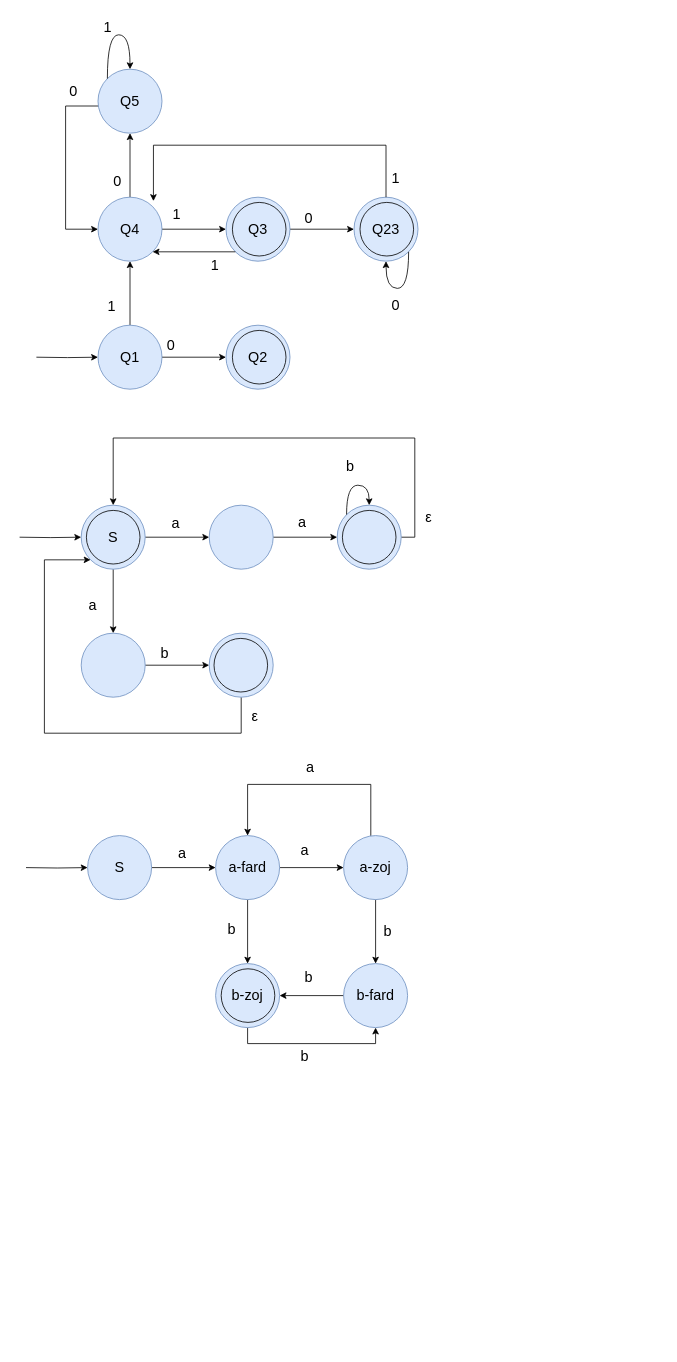
This is HW5/HW5 diagram .drawio from mohsenkamini/SBU_FLA, a draw.io file, before an edit. Source tidied: cells renumbered, new cells numbered last; positions are measured from the earlier drawing's top-left corner, leaving out a move shared by most shapes. Both pictures are drawn from the tidied source at 80%, with x=0, y=0 at pixel (19, 14).
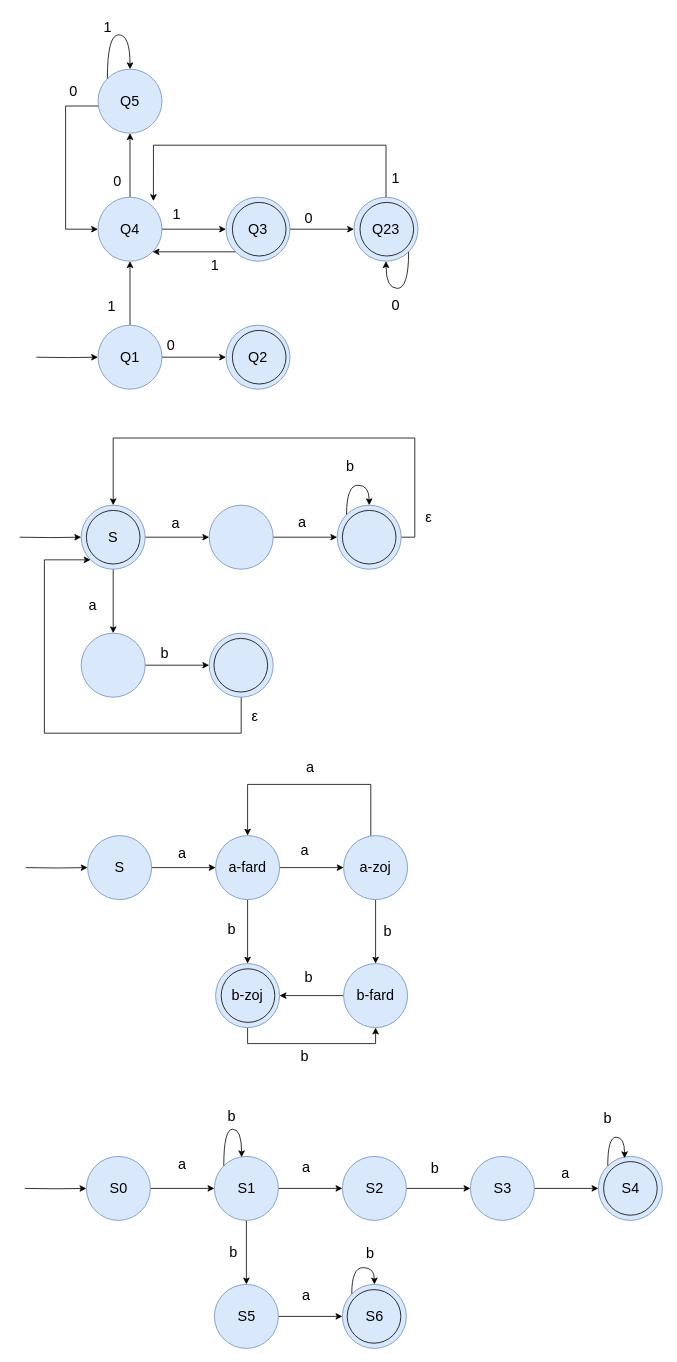
The same page after the edit.

What changed in the source:
```diff
@@
+    <mxCell id="76" style="edgeStyle=orthogonalEdgeStyle;rounded=0;jettySize=auto;html=1;fontFamily=Helvetica;fontSize=18;fontColor=default;" parent="1" edge="1" source="77" target="82">
+      <mxGeometry relative="1" as="geometry" />
+    </mxCell>
+    <mxCell id="77" value="S0" style="ellipse;whiteSpace=wrap;html=1;hachureGap=4;fillColor=#dae8fc;strokeColor=#6c8ebf;rounded=0;fontSize=18;" parent="1" vertex="1">
+      <mxGeometry x="83.5" y="1428" width="80" height="80" as="geometry" />
+    </mxCell>
+    <mxCell id="78" style="edgeStyle=orthogonalEdgeStyle;rounded=0;jettySize=auto;html=1;fontSize=18;entryX=0;entryY=0.5;entryDx=0;entryDy=0;" parent="1" edge="1" target="77">
+      <mxGeometry relative="1" as="geometry">
+        <mxPoint x="6.5" y="1468" as="sourcePoint" />
+      </mxGeometry>
+    </mxCell>
+    <mxCell id="79" value="a" style="text;html=1;align=center;verticalAlign=middle;strokeColor=none;fillColor=none;fontFamily=Helvetica;fontSize=18;fontColor=default;" parent="1" vertex="1">
+      <mxGeometry x="189" y="1421" width="28" height="34" as="geometry" />
+    </mxCell>
+    <mxCell id="80" style="edgeStyle=orthogonalEdgeStyle;rounded=0;jettySize=auto;html=1;fontFamily=Helvetica;fontSize=18;fontColor=default;" parent="1" edge="1" source="82" target="86">
+      <mxGeometry relative="1" as="geometry" />
+    </mxCell>
+    <mxCell id="81" style="edgeStyle=orthogonalEdgeStyle;rounded=0;jettySize=auto;html=1;fontFamily=Helvetica;fontSize=18;fontColor=default;" parent="1" edge="1" source="82" target="96">
+      <mxGeometry relative="1" as="geometry" />
+    </mxCell>
+    <mxCell id="82" value="S1" style="ellipse;whiteSpace=wrap;html=1;hachureGap=4;fillColor=#dae8fc;strokeColor=#6c8ebf;rounded=0;fontSize=18;" parent="1" vertex="1">
+      <mxGeometry x="243.5" y="1428" width="80" height="80" as="geometry" />
+    </mxCell>
+    <mxCell id="83" style="edgeStyle=orthogonalEdgeStyle;rounded=0;orthogonalLoop=1;jettySize=auto;html=1;exitX=0;exitY=0;exitDx=0;exitDy=0;entryX=0.425;entryY=0.013;entryDx=0;entryDy=0;entryPerimeter=0;fontFamily=Helvetica;fontSize=18;fontColor=default;curved=1;" parent="1" edge="1" source="82" target="82">
+      <mxGeometry relative="1" as="geometry">
+        <Array as="points">
+          <mxPoint x="255" y="1394" />
+          <mxPoint x="278" y="1394" />
+        </Array>
+      </mxGeometry>
+    </mxCell>
+    <mxCell id="84" value="b" style="text;html=1;align=center;verticalAlign=middle;strokeColor=none;fillColor=none;fontFamily=Helvetica;fontSize=18;fontColor=default;" parent="1" vertex="1">
+      <mxGeometry x="251" y="1361" width="28" height="34" as="geometry" />
+    </mxCell>
+    <mxCell id="85" style="edgeStyle=orthogonalEdgeStyle;rounded=0;jettySize=auto;html=1;fontFamily=Helvetica;fontSize=18;fontColor=default;" parent="1" edge="1" source="86" target="89">
+      <mxGeometry relative="1" as="geometry" />
+    </mxCell>
+    <mxCell id="86" value="S2" style="ellipse;whiteSpace=wrap;html=1;hachureGap=4;fillColor=#dae8fc;strokeColor=#6c8ebf;rounded=0;fontSize=18;" parent="1" vertex="1">
+      <mxGeometry x="403.5" y="1428" width="80" height="80" as="geometry" />
+    </mxCell>
+    <mxCell id="87" value="a" style="text;html=1;align=center;verticalAlign=middle;strokeColor=none;fillColor=none;fontFamily=Helvetica;fontSize=18;fontColor=default;" parent="1" vertex="1">
+      <mxGeometry x="344" y="1425" width="28" height="34" as="geometry" />
+    </mxCell>
+    <mxCell id="88" style="edgeStyle=orthogonalEdgeStyle;rounded=0;jettySize=auto;html=1;fontFamily=Helvetica;fontSize=18;fontColor=default;" parent="1" edge="1" source="89" target="91">
+      <mxGeometry relative="1" as="geometry" />
+    </mxCell>
+    <mxCell id="89" value="S3" style="ellipse;whiteSpace=wrap;html=1;hachureGap=4;fillColor=#dae8fc;strokeColor=#6c8ebf;rounded=0;fontSize=18;" parent="1" vertex="1">
+      <mxGeometry x="563.5" y="1428" width="80" height="80" as="geometry" />
+    </mxCell>
+    <mxCell id="90" value="b" style="text;html=1;align=center;verticalAlign=middle;strokeColor=none;fillColor=none;fontFamily=Helvetica;fontSize=18;fontColor=default;" parent="1" vertex="1">
+      <mxGeometry x="505" y="1426" width="28" height="34" as="geometry" />
+    </mxCell>
+    <mxCell id="91" value="S4" style="ellipse;whiteSpace=wrap;html=1;hachureGap=4;fillColor=#dae8fc;strokeColor=#6c8ebf;rounded=0;fontSize=18;" parent="1" vertex="1">
+      <mxGeometry x="723.5" y="1428" width="80" height="80" as="geometry" />
+    </mxCell>
+    <mxCell id="92" value="a" style="text;html=1;align=center;verticalAlign=middle;strokeColor=none;fillColor=none;fontFamily=Helvetica;fontSize=18;fontColor=default;" parent="1" vertex="1">
+      <mxGeometry x="668" y="1433" width="28" height="34" as="geometry" />
+    </mxCell>
+    <mxCell id="93" style="edgeStyle=orthogonalEdgeStyle;rounded=0;orthogonalLoop=1;jettySize=auto;html=1;exitX=0;exitY=0;exitDx=0;exitDy=0;entryX=0.409;entryY=0.028;entryDx=0;entryDy=0;entryPerimeter=0;fontFamily=Helvetica;fontSize=18;fontColor=default;curved=1;" parent="1" edge="1" source="91" target="91">
+      <mxGeometry relative="1" as="geometry">
+        <Array as="points">
+          <mxPoint x="735" y="1404" />
+          <mxPoint x="756" y="1404" />
+        </Array>
+      </mxGeometry>
+    </mxCell>
+    <mxCell id="94" value="b" style="text;html=1;align=center;verticalAlign=middle;strokeColor=none;fillColor=none;fontFamily=Helvetica;fontSize=18;fontColor=default;" parent="1" vertex="1">
+      <mxGeometry x="721" y="1364" width="28" height="34" as="geometry" />
+    </mxCell>
+    <mxCell id="95" style="edgeStyle=orthogonalEdgeStyle;rounded=0;jettySize=auto;html=1;fontFamily=Helvetica;fontSize=18;fontColor=default;" parent="1" edge="1" source="96" target="98">
+      <mxGeometry relative="1" as="geometry" />
+    </mxCell>
+    <mxCell id="96" value="S5" style="ellipse;whiteSpace=wrap;html=1;hachureGap=4;fillColor=#dae8fc;strokeColor=#6c8ebf;rounded=0;fontSize=18;" parent="1" vertex="1">
+      <mxGeometry x="243.5" y="1588" width="80" height="80" as="geometry" />
+    </mxCell>
+    <mxCell id="97" value="b" style="text;html=1;align=center;verticalAlign=middle;strokeColor=none;fillColor=none;fontFamily=Helvetica;fontSize=18;fontColor=default;" parent="1" vertex="1">
+      <mxGeometry x="253" y="1531" width="28" height="34" as="geometry" />
+    </mxCell>
+    <mxCell id="98" value="S6" style="ellipse;whiteSpace=wrap;html=1;hachureGap=4;fillColor=#dae8fc;strokeColor=#6c8ebf;rounded=0;fontSize=18;" parent="1" vertex="1">
+      <mxGeometry x="403.5" y="1588" width="80" height="80" as="geometry" />
+    </mxCell>
+    <mxCell id="99" value="a" style="text;html=1;align=center;verticalAlign=middle;strokeColor=none;fillColor=none;fontFamily=Helvetica;fontSize=18;fontColor=default;" parent="1" vertex="1">
+      <mxGeometry x="344" y="1585" width="28" height="34" as="geometry" />
+    </mxCell>
+    <mxCell id="100" style="edgeStyle=orthogonalEdgeStyle;rounded=0;orthogonalLoop=1;jettySize=auto;html=1;exitX=0;exitY=0;exitDx=0;exitDy=0;entryX=0.5;entryY=0;entryDx=0;entryDy=0;fontFamily=Helvetica;fontSize=18;fontColor=default;curved=1;" parent="1" edge="1" source="98" target="98">
+      <mxGeometry relative="1" as="geometry">
+        <Array as="points">
+          <mxPoint x="415" y="1567" />
+          <mxPoint x="444" y="1567" />
+        </Array>
+      </mxGeometry>
+    </mxCell>
+    <mxCell id="101" value="b" style="text;html=1;align=center;verticalAlign=middle;strokeColor=none;fillColor=none;fontFamily=Helvetica;fontSize=18;fontColor=default;" parent="1" vertex="1">
+      <mxGeometry x="424" y="1533" width="28" height="34" as="geometry" />
+    </mxCell>
+    <mxCell id="102" style="ellipse;whiteSpace=wrap;html=1;align=center;verticalAlign=middle;fontFamily=Helvetica;fontSize=18;fontColor=default;fillColor=none;gradientColor=none;strokeColor=#000000;" parent="1" vertex="1">
+      <mxGeometry x="409.5" y="1594.5" width="67" height="67" as="geometry" />
+    </mxCell>
+    <mxCell id="103" style="ellipse;whiteSpace=wrap;html=1;align=center;verticalAlign=middle;fontFamily=Helvetica;fontSize=18;fontColor=default;fillColor=none;gradientColor=none;strokeColor=#000000;" parent="1" vertex="1">
+      <mxGeometry x="730" y="1434.5" width="67" height="67" as="geometry" />
+    </mxCell>
```
